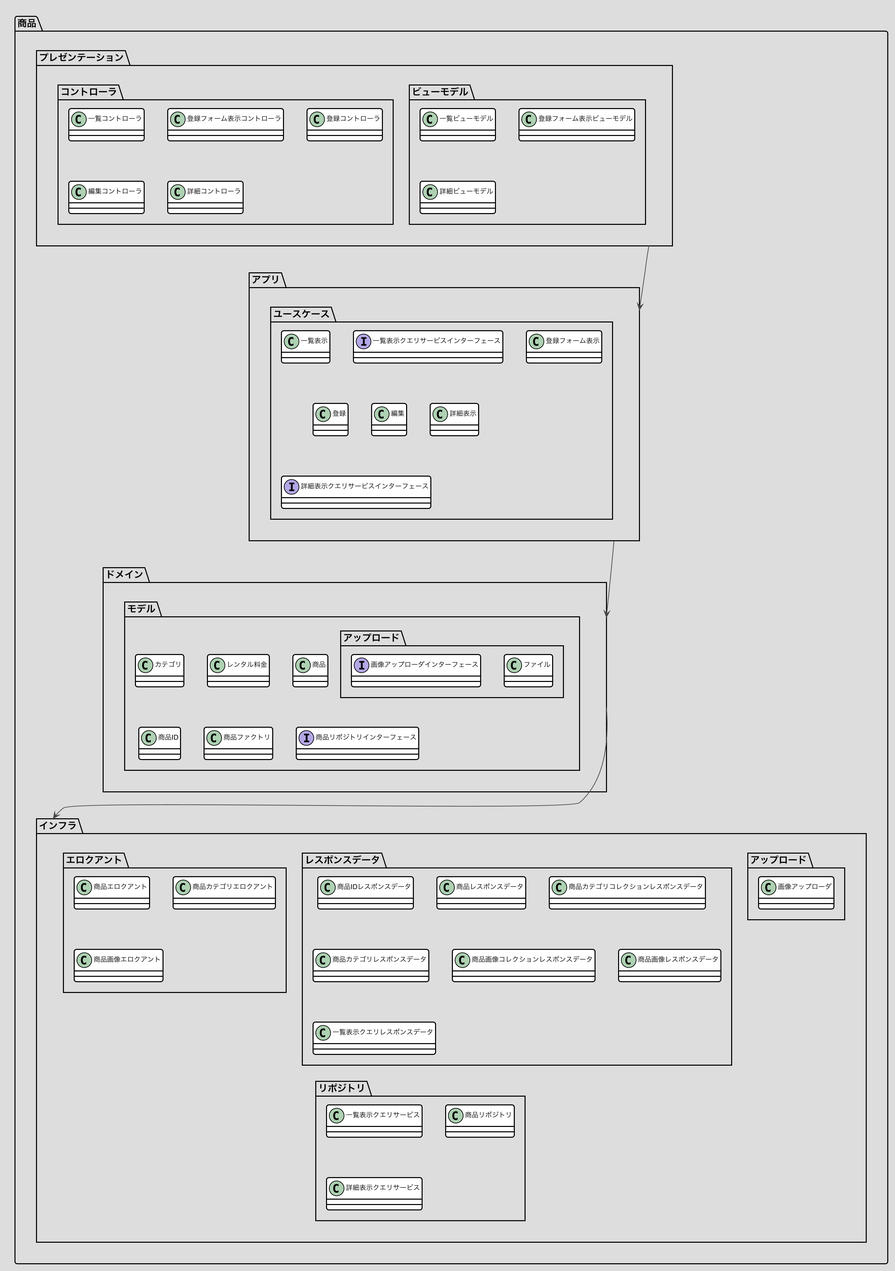
Above: docs/画像/商品.png in nomura-kainos/japanese-ddd-sample (PlantUML), before the change.
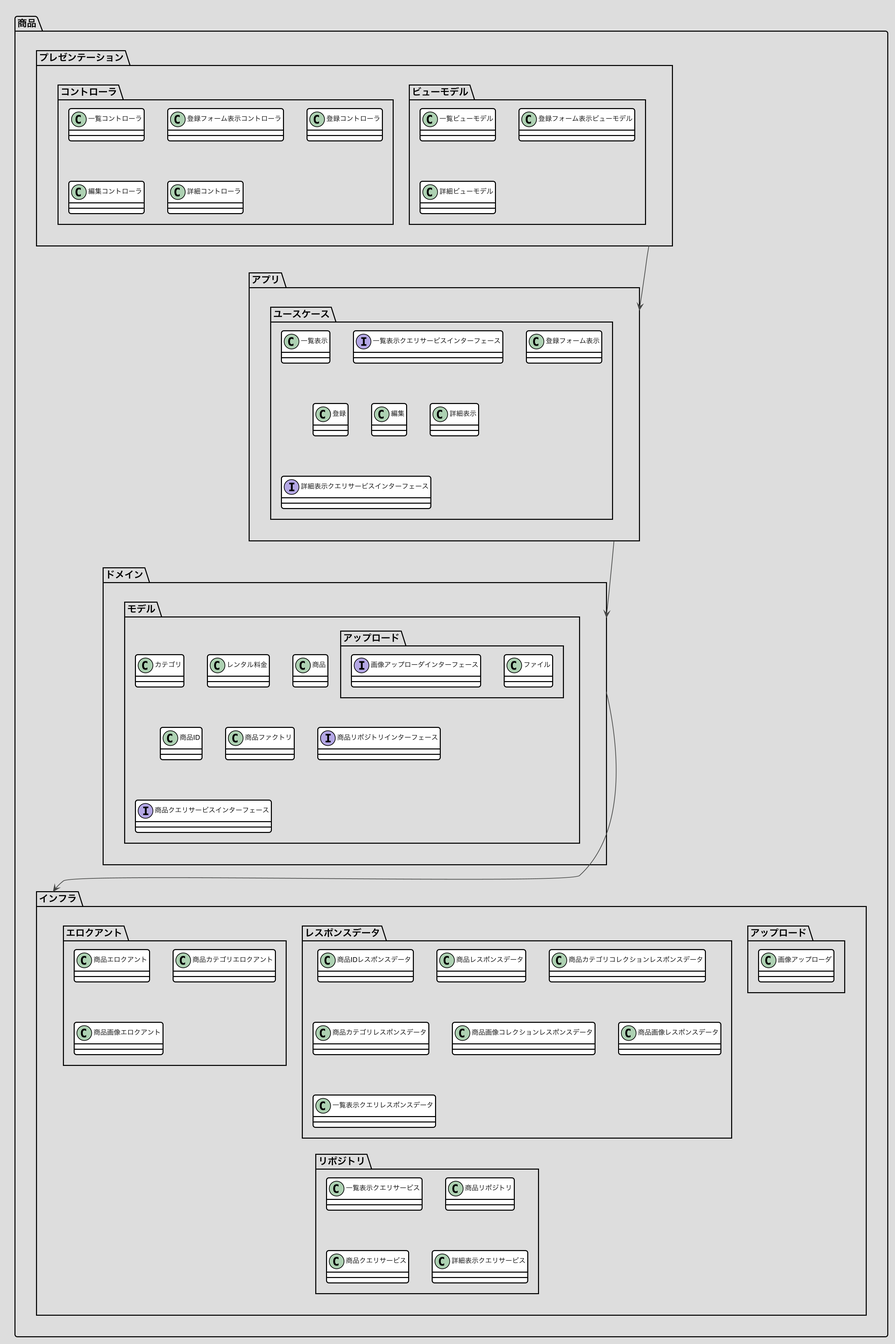
The same file after the commit.

Change to the diagram source:
```diff
@@ -52,7 +52,7 @@
 
 プレゼンテーション ---> アプリ
 アプリ ----> ドメイン
-ドメイン ---> インフラ
+ドメイン ----> インフラ
 
 package 商品 <<Folder>> {
  package プレゼンテーション {
@@ -92,6 +92,7 @@
    class 商品ID
    class 商品ファクトリ
    interface 商品リポジトリインターフェース
+   interface 商品クエリサービスインターフェース
   }
  }
  package インフラ {
@@ -115,6 +116,7 @@
   package リポジトリ {
    class 一覧表示クエリサービス
    class 商品リポジトリ
+   class 商品クエリサービス
    class 詳細表示クエリサービス
   }
  }
```
